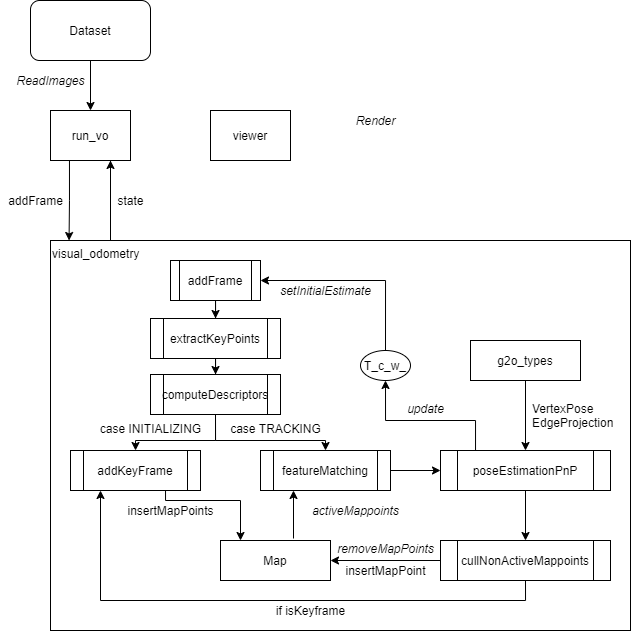
Before: pngs/workflow.drawio.png, a diagram exported from draw.io (BowenBZ/RGBD_VisualOdometry). Source tidied: cells renumbered, new cells last; positions are measured from the earlier drawing's top-left corner, leaving out a move shared by most shapes.
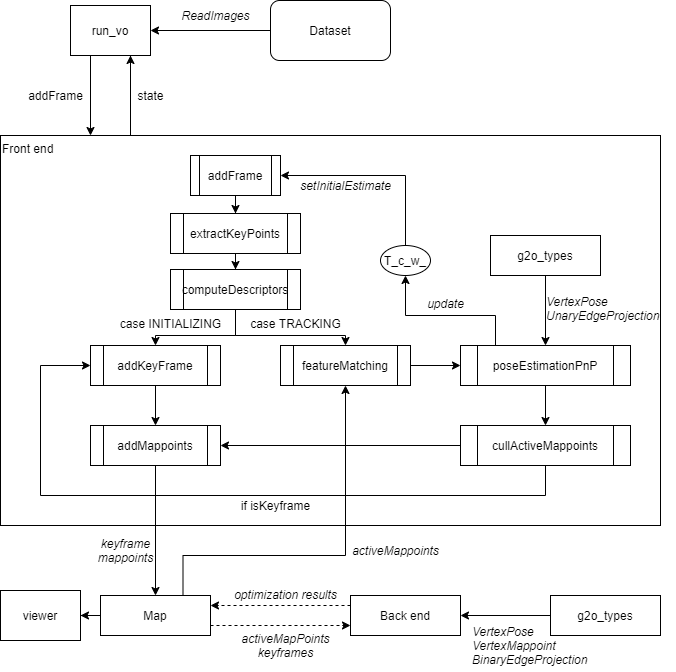
Above is the later version.

Diff of the diagram source:
```diff
@@ -11,40 +11,50 @@
         </Array>
       </mxGeometry>
     </mxCell>
-    <mxCell id="3" style="edgeStyle=orthogonalEdgeStyle;rounded=0;jumpStyle=none;jettySize=auto;html=1;exitX=0.25;exitY=1;exitDx=0;exitDy=0;entryX=0.032;entryY=0;entryDx=0;entryDy=0;entryPerimeter=0;" parent="1" edge="1" source="4" target="7">
+    <mxCell id="3" style="edgeStyle=orthogonalEdgeStyle;rounded=0;jumpStyle=none;jettySize=auto;html=1;exitX=0.25;exitY=1;exitDx=0;exitDy=0;" parent="1" edge="1" source="4" target="7">
       <mxGeometry relative="1" as="geometry">
         <Array as="points">
           <mxPoint x="69" y="160" />
-          <mxPoint x="69" y="200" />
         </Array>
       </mxGeometry>
     </mxCell>
     <mxCell id="4" value="run_vo" style="rounded=0;whiteSpace=wrap;html=1;" parent="1" vertex="1">
       <mxGeometry x="50" y="110" width="80" height="50" as="geometry" />
     </mxCell>
-    <mxCell id="5" style="edgeStyle=orthogonalEdgeStyle;rounded=0;jettySize=auto;html=1;exitX=0.5;exitY=1;exitDx=0;exitDy=0;entryX=0.5;entryY=0;entryDx=0;entryDy=0;" parent="1" edge="1" source="6" target="4">
+    <mxCell id="5" style="edgeStyle=orthogonalEdgeStyle;rounded=0;jettySize=auto;html=1;exitX=0;exitY=0.5;exitDx=0;exitDy=0;entryX=1;entryY=0.5;entryDx=0;entryDy=0;" parent="1" edge="1" source="6" target="4">
       <mxGeometry relative="1" as="geometry" />
     </mxCell>
     <mxCell id="6" value="Dataset" style="rounded=1;whiteSpace=wrap;html=1;" parent="1" vertex="1">
-      <mxGeometry x="30" width="120" height="60" as="geometry" />
+      <mxGeometry x="250" y="105" width="120" height="60" as="geometry" />
     </mxCell>
-    <mxCell id="7" value="visual_odometry" style="rounded=0;whiteSpace=wrap;html=1;align=left;verticalAlign=top;labelBackgroundColor=none;fillColor=none;" parent="1" vertex="1">
-      <mxGeometry x="50" y="240" width="580" height="390" as="geometry" />
+    <mxCell id="7" value="Front end" style="rounded=0;whiteSpace=wrap;html=1;align=left;verticalAlign=top;labelBackgroundColor=none;fillColor=none;" parent="1" vertex="1">
+      <mxGeometry x="-20" y="240" width="660" height="390" as="geometry" />
     </mxCell>
     <mxCell id="8" value="viewer" style="rounded=0;whiteSpace=wrap;html=1;" parent="1" vertex="1">
-      <mxGeometry x="210" y="110" width="80" height="50" as="geometry" />
+      <mxGeometry x="-20" y="695" width="80" height="50" as="geometry" />
     </mxCell>
-    <mxCell id="9" value="Render" style="text;html=1;align=center;verticalAlign=middle;fontStyle=2;" parent="1" vertex="1">
-      <mxGeometry x="350" y="110" width="50" height="20" as="geometry" />
-    </mxCell>
     <mxCell id="10" value="addFrame" style="text;html=1;align=center;verticalAlign=middle;" parent="1" vertex="1">
       <mxGeometry y="190" width="70" height="20" as="geometry" />
     </mxCell>
     <mxCell id="11" value="ReadImages" style="text;html=1;align=center;verticalAlign=middle;fontStyle=2;" parent="1" vertex="1">
-      <mxGeometry x="10" y="70" width="80" height="20" as="geometry" />
+      <mxGeometry x="155" y="110" width="80" height="20" as="geometry" />
     </mxCell>
+    <mxCell id="46" style="edgeStyle=orthogonalEdgeStyle;rounded=0;jettySize=auto;html=1;exitX=1;exitY=0.75;exitDx=0;exitDy=0;entryX=0;entryY=0.75;entryDx=0;entryDy=0;dashed=1;" parent="1" edge="1" source="12" target="52">
+      <mxGeometry relative="1" as="geometry" />
+    </mxCell>
+    <mxCell id="47" style="edgeStyle=orthogonalEdgeStyle;rounded=0;jettySize=auto;html=1;exitX=0;exitY=0.5;exitDx=0;exitDy=0;" parent="1" edge="1" source="12" target="8">
+      <mxGeometry relative="1" as="geometry" />
+    </mxCell>
+    <mxCell id="48" style="edgeStyle=orthogonalEdgeStyle;rounded=0;jettySize=auto;html=1;exitX=0.75;exitY=0;exitDx=0;exitDy=0;" parent="1" edge="1" source="12" target="26">
+      <mxGeometry relative="1" as="geometry">
+        <Array as="points">
+          <mxPoint x="163" y="660" />
+          <mxPoint x="325" y="660" />
+        </Array>
+      </mxGeometry>
+    </mxCell>
     <mxCell id="12" value="Map" style="rounded=0;whiteSpace=wrap;html=1;align=center;" parent="1" vertex="1">
-      <mxGeometry x="220" y="540" width="110" height="40" as="geometry" />
+      <mxGeometry x="80" y="700" width="110" height="40" as="geometry" />
     </mxCell>
     <mxCell id="13" style="edgeStyle=orthogonalEdgeStyle;rounded=0;jumpStyle=none;jettySize=auto;html=1;exitX=0.5;exitY=1;exitDx=0;exitDy=0;" parent="1" edge="1" source="14" target="16">
       <mxGeometry relative="1" as="geometry" />
@@ -77,20 +87,14 @@
     <mxCell id="19" value="computeDescriptors" style="shape=process;whiteSpace=wrap;html=1;backgroundOutline=1;align=center;" parent="1" vertex="1">
       <mxGeometry x="150" y="374" width="130" height="40" as="geometry" />
     </mxCell>
-    <mxCell id="20" style="edgeStyle=orthogonalEdgeStyle;rounded=0;jettySize=auto;html=1;exitX=0.5;exitY=1;exitDx=0;exitDy=0;" parent="1" edge="1" source="21" target="12">
-      <mxGeometry relative="1" as="geometry">
-        <Array as="points">
-          <mxPoint x="165" y="490" />
-          <mxPoint x="165" y="500" />
-          <mxPoint x="240" y="500" />
-        </Array>
-      </mxGeometry>
-    </mxCell>
+    <mxCell id="49" style="edgeStyle=orthogonalEdgeStyle;rounded=0;jettySize=auto;html=1;exitX=0.5;exitY=1;exitDx=0;exitDy=0;" parent="1" edge="1" source="21" target="58">
+      <mxGeometry relative="1" as="geometry" />
+    </mxCell>
     <mxCell id="21" value="addKeyFrame" style="shape=process;whiteSpace=wrap;html=1;backgroundOutline=1;align=center;" parent="1" vertex="1">
       <mxGeometry x="70" y="450" width="130" height="40" as="geometry" />
     </mxCell>
-    <mxCell id="22" value="insertMapPoints" style="text;html=1;align=center;verticalAlign=middle;" parent="1" vertex="1">
-      <mxGeometry x="120" y="500" width="100" height="20" as="geometry" />
+    <mxCell id="22" value="activeMapPoints&lt;br&gt;keyframes" style="text;html=1;align=center;verticalAlign=middle;fontStyle=2;" parent="1" vertex="1">
+      <mxGeometry x="215" y="735" width="100" height="30" as="geometry" />
     </mxCell>
     <mxCell id="23" value="case INITIALIZING" style="text;html=1;align=center;verticalAlign=middle;" parent="1" vertex="1">
       <mxGeometry x="90" y="418" width="120" height="20" as="geometry" />
@@ -124,17 +128,11 @@
     <mxCell id="31" value="g2o_types" style="rounded=0;whiteSpace=wrap;html=1;align=center;" parent="1" vertex="1">
       <mxGeometry x="470" y="340" width="110" height="40" as="geometry" />
     </mxCell>
-    <mxCell id="32" value="VertexPose&lt;br&gt;EdgeProjection" style="text;html=1;align=left;verticalAlign=middle;" parent="1" vertex="1">
-      <mxGeometry x="530" y="400" width="100" height="30" as="geometry" />
+    <mxCell id="32" value="VertexPose&lt;br&gt;UnaryEdgeProjection" style="text;html=1;align=left;verticalAlign=middle;fontStyle=2;" parent="1" vertex="1">
+      <mxGeometry x="524" y="398" width="130" height="30" as="geometry" />
     </mxCell>
-    <mxCell id="33" style="endArrow=classic;html=1;" parent="1" edge="1">
-      <mxGeometry relative="1" as="geometry">
-        <mxPoint x="293" y="538" as="sourcePoint" />
-        <mxPoint x="293" y="490" as="targetPoint" />
-      </mxGeometry>
-    </mxCell>
     <mxCell id="34" value="&lt;i&gt;activeMappoints&lt;/i&gt;" style="text;html=1;align=center;verticalAlign=middle;" parent="1" vertex="1">
-      <mxGeometry x="305" y="500" width="100" height="20" as="geometry" />
+      <mxGeometry x="325" y="645" width="100" height="20" as="geometry" />
     </mxCell>
     <mxCell id="35" style="edgeStyle=orthogonalEdgeStyle;rounded=0;jettySize=auto;html=1;exitX=0.5;exitY=0;exitDx=0;exitDy=0;entryX=1;entryY=0.5;entryDx=0;entryDy=0;" parent="1" edge="1" source="36" target="14">
       <mxGeometry relative="1" as="geometry" />
@@ -145,25 +143,23 @@
     <mxCell id="37" value="update" style="text;html=1;align=center;verticalAlign=middle;fontStyle=2;" parent="1" vertex="1">
       <mxGeometry x="400" y="398" width="50" height="20" as="geometry" />
     </mxCell>
-    <mxCell id="38" style="edgeStyle=orthogonalEdgeStyle;rounded=0;jumpStyle=none;jettySize=auto;html=1;exitX=0;exitY=0.5;exitDx=0;exitDy=0;entryX=1;entryY=0.5;entryDx=0;entryDy=0;" parent="1" edge="1" source="40" target="12">
-      <mxGeometry relative="1" as="geometry" />
-    </mxCell>
-    <mxCell id="39" style="edgeStyle=orthogonalEdgeStyle;rounded=0;jumpStyle=none;jettySize=auto;html=1;exitX=0.5;exitY=1;exitDx=0;exitDy=0;" parent="1" edge="1" source="40">
+    <mxCell id="39" style="edgeStyle=orthogonalEdgeStyle;rounded=0;jumpStyle=none;jettySize=auto;html=1;exitX=0.5;exitY=1;exitDx=0;exitDy=0;entryX=0;entryY=0.5;entryDx=0;entryDy=0;" parent="1" edge="1" source="40" target="21">
       <mxGeometry relative="1" as="geometry">
-        <mxPoint x="100" y="490" as="targetPoint" />
+        <Array as="points">
+          <mxPoint x="525" y="600" />
+          <mxPoint x="20" y="600" />
+          <mxPoint x="20" y="470" />
+        </Array>
       </mxGeometry>
     </mxCell>
+    <mxCell id="50" style="edgeStyle=orthogonalEdgeStyle;rounded=0;jettySize=auto;html=1;exitX=0;exitY=0.5;exitDx=0;exitDy=0;entryX=1;entryY=0.5;entryDx=0;entryDy=0;" parent="1" edge="1" source="40" target="58">
+      <mxGeometry relative="1" as="geometry" />
+    </mxCell>
-    <mxCell id="40" value="cullNonActiveMappoints" style="shape=process;whiteSpace=wrap;html=1;backgroundOutline=1;align=center;" parent="1" vertex="1">
-      <mxGeometry x="440" y="540" width="170" height="40" as="geometry" />
+    <mxCell id="40" value="cullActiveMappoints" style="shape=process;whiteSpace=wrap;html=1;backgroundOutline=1;align=center;" parent="1" vertex="1">
+      <mxGeometry x="440" y="530" width="170" height="40" as="geometry" />
     </mxCell>
-    <mxCell id="41" value="removeMapPoints" style="text;html=1;align=center;verticalAlign=middle;fontStyle=2;" parent="1" vertex="1">
-      <mxGeometry x="330" y="538" width="110" height="20" as="geometry" />
-    </mxCell>
-    <mxCell id="42" value="insertMapPoint" style="text;html=1;align=center;verticalAlign=middle;" parent="1" vertex="1">
-      <mxGeometry x="335" y="560" width="100" height="20" as="geometry" />
-    </mxCell>
     <mxCell id="43" value="if isKeyframe" style="text;html=1;align=center;verticalAlign=middle;" parent="1" vertex="1">
-      <mxGeometry x="270" y="600" width="80" height="20" as="geometry" />
+      <mxGeometry x="215" y="600" width="80" height="20" as="geometry" />
     </mxCell>
     <mxCell id="44" value="state" style="text;html=1;align=center;verticalAlign=middle;" parent="1" vertex="1">
       <mxGeometry x="110" y="190" width="40" height="20" as="geometry" />
@@ -171,5 +167,32 @@
     <mxCell id="45" value="&lt;i&gt;setInitialEstimate&lt;/i&gt;" style="text;html=1;align=center;verticalAlign=middle;" parent="1" vertex="1">
       <mxGeometry x="270" y="280" width="110" height="20" as="geometry" />
     </mxCell>
+    <mxCell id="51" style="edgeStyle=orthogonalEdgeStyle;rounded=0;jettySize=auto;html=1;exitX=0;exitY=0.25;exitDx=0;exitDy=0;dashed=1;entryX=1;entryY=0.25;entryDx=0;entryDy=0;" parent="1" edge="1" source="52" target="12">
+      <mxGeometry relative="1" as="geometry" />
+    </mxCell>
+    <mxCell id="52" value="Back end" style="rounded=0;whiteSpace=wrap;html=1;align=center;" parent="1" vertex="1">
+      <mxGeometry x="330" y="700" width="110" height="40" as="geometry" />
+    </mxCell>
+    <mxCell id="53" value="optimization results" style="text;html=1;align=center;verticalAlign=middle;fontStyle=2;" parent="1" vertex="1">
+      <mxGeometry x="205" y="689" width="120" height="20" as="geometry" />
+    </mxCell>
+    <mxCell id="54" style="edgeStyle=orthogonalEdgeStyle;rounded=0;jettySize=auto;html=1;exitX=0;exitY=0.5;exitDx=0;exitDy=0;" parent="1" edge="1" source="55" target="52">
+      <mxGeometry relative="1" as="geometry" />
+    </mxCell>
+    <mxCell id="55" value="g2o_types" style="rounded=0;whiteSpace=wrap;html=1;align=center;" parent="1" vertex="1">
+      <mxGeometry x="530" y="700" width="110" height="40" as="geometry" />
+    </mxCell>
+    <mxCell id="56" value="VertexPose&lt;br&gt;VertexMappoint&lt;br&gt;BinaryEdgeProjection" style="text;html=1;align=left;verticalAlign=middle;fontStyle=2;" parent="1" vertex="1">
+      <mxGeometry x="450" y="725" width="130" height="50" as="geometry" />
+    </mxCell>
+    <mxCell id="57" style="edgeStyle=orthogonalEdgeStyle;rounded=0;jettySize=auto;html=1;exitX=0.5;exitY=1;exitDx=0;exitDy=0;entryX=0.5;entryY=0;entryDx=0;entryDy=0;" parent="1" edge="1" source="58" target="12">
+      <mxGeometry relative="1" as="geometry" />
+    </mxCell>
+    <mxCell id="58" value="addMappoints" style="shape=process;whiteSpace=wrap;html=1;backgroundOutline=1;align=center;" parent="1" vertex="1">
+      <mxGeometry x="70" y="530" width="130" height="40" as="geometry" />
+    </mxCell>
+    <mxCell id="59" value="keyframe&lt;br&gt;mappoints" style="text;html=1;align=center;verticalAlign=middle;fontStyle=2;" parent="1" vertex="1">
+      <mxGeometry x="70" y="640" width="70" height="30" as="geometry" />
+    </mxCell>
   </root>
 </mxGraphModel>
```
